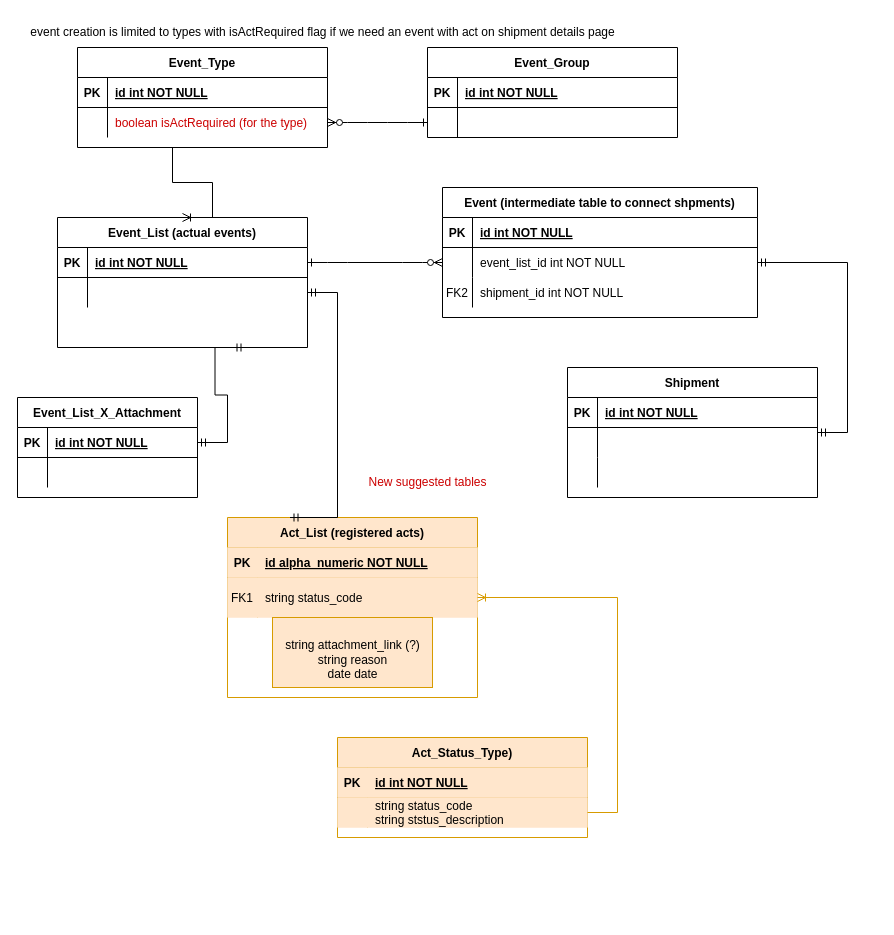
Earlier version of the draw.io diagram Untitled Diagram.drawio (vapon/diagramSamples2). Source tidied: cells renumbered, new cells numbered last; positions are measured from the earlier drawing's top-left corner, leaving out a move shared by most shapes. Both pictures are drawn from the tidied source at 100%, with x=0, y=0 at pixel (17, 17).
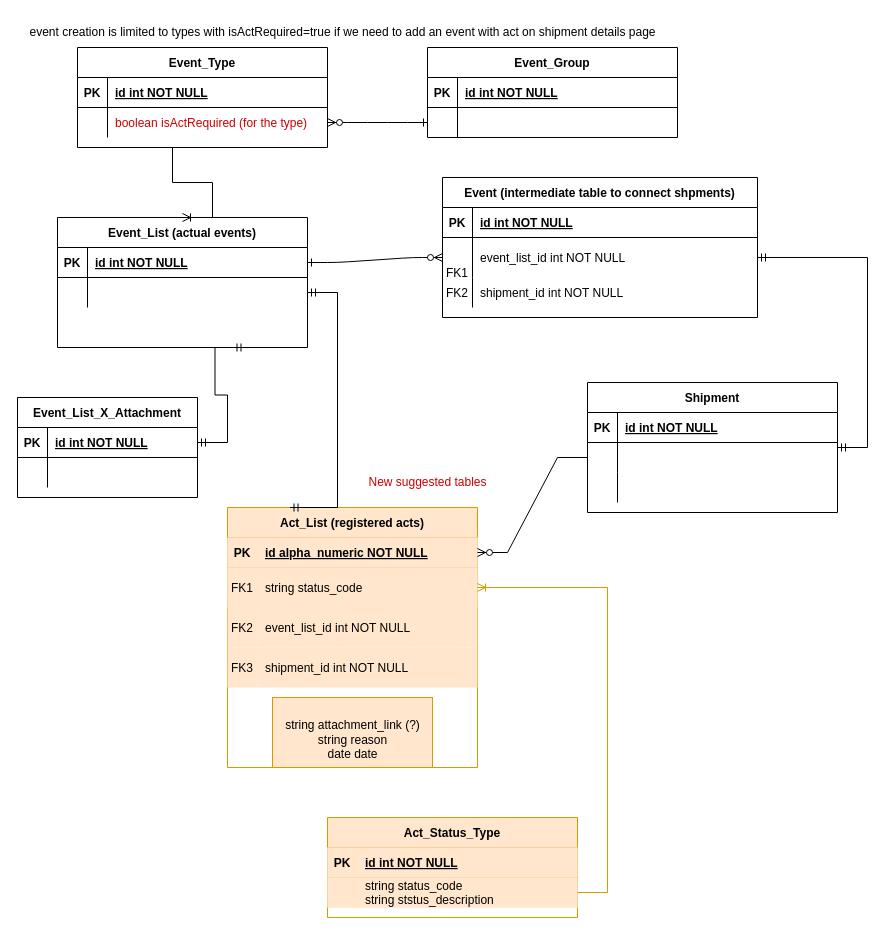
The same diagram, later.

Unchanged cells that the change refers to:
```xml
<mxCell id="17" style="shape=partialRectangle;fillColor=none;points=[[0,0.5],[1,0.5]];portConstraint=eastwest;top=0;left=0;right=0;bottom=0;" parent="13" vertex="1">
  <mxGeometry y="60" width="250" height="30" as="geometry" />
</mxCell>
<mxCell id="56" style="shape=partialRectangle;fillColor=#ffe6cc;points=[[0,0.5],[1,0.5]];portConstraint=eastwest;top=0;left=0;right=0;bottom=1;strokeColor=#d79b00;" parent="55" vertex="1">
  <mxGeometry y="30" width="250" height="30" as="geometry" />
</mxCell>
```

The edit, as a diff of the source:
```diff
@@
     <mxCell id="3" value="Event (intermediate table to connect shpments)" style="shape=table;startSize=30;childLayout=tableLayout;rowLines=0;fontStyle=1;align=center;" parent="1" vertex="1">
-      <mxGeometry x="425" y="170" width="315" height="130" as="geometry" />
+      <mxGeometry x="425" y="160" width="315" height="140" as="geometry" />
     </mxCell>
@@
     <mxCell id="7" style="shape=partialRectangle;fillColor=none;points=[[0,0.5],[1,0.5]];portConstraint=eastwest;top=0;left=0;right=0;bottom=0;" parent="3" vertex="1">
-      <mxGeometry y="60" width="315" height="30" as="geometry" />
+      <mxGeometry y="60" width="315" height="40" as="geometry" />
     </mxCell>
     <mxCell id="8" style="shape=partialRectangle;overflow=hidden;fillColor=none;top=0;left=0;bottom=0;right=0;" parent="7" vertex="1">
-      <mxGeometry width="30" height="30" as="geometry" />
+      <mxGeometry width="30" height="40" as="geometry" />
     </mxCell>
     <mxCell id="9" value="event_list_id int NOT NULL" style="shape=partialRectangle;overflow=hidden;fillColor=none;top=0;left=0;bottom=0;right=0;align=left;spacingLeft=6;" parent="7" vertex="1">
-      <mxGeometry x="30" width="285" height="30" as="geometry" />
+      <mxGeometry x="30" width="285" height="40" as="geometry" />
     </mxCell>
     <mxCell id="10" style="shape=partialRectangle;fillColor=none;top=0;left=0;right=0;bottom=0;" parent="3" vertex="1">
-      <mxGeometry y="90" width="315" height="30" as="geometry" />
+      <mxGeometry y="100" width="315" height="30" as="geometry" />
     </mxCell>
@@
     <mxCell id="13" value="Shipment" style="shape=table;startSize=30;childLayout=tableLayout;rowLines=0;fontStyle=1;align=center;" parent="1" vertex="1">
-      <mxGeometry x="550" y="350" width="250" height="130" as="geometry" />
+      <mxGeometry x="570" y="365" width="250" height="130" as="geometry" />
     </mxCell>
@@
     <mxCell id="55" value="Act_List (registered acts)" style="shape=table;startSize=30;childLayout=tableLayout;rowLines=0;fontStyle=1;align=center;fillColor=#ffe6cc;strokeColor=#d79b00;" parent="1" vertex="1">
-      <mxGeometry x="210" y="500" width="250" height="180" as="geometry" />
+      <mxGeometry x="210" y="490" width="250" height="260" as="geometry" />
     </mxCell>
@@
-    <mxCell id="63" value="Act_Status_Type)" style="shape=table;startSize=30;childLayout=tableLayout;rowLines=0;fontStyle=1;align=center;fillColor=#ffe6cc;strokeColor=#d79b00;" parent="1" vertex="1">
-      <mxGeometry x="320" y="720" width="250" height="100" as="geometry" />
+    <mxCell id="63" value="Act_Status_Type" style="shape=table;startSize=30;childLayout=tableLayout;rowLines=0;fontStyle=1;align=center;fillColor=#ffe6cc;strokeColor=#d79b00;" parent="1" vertex="1">
+      <mxGeometry x="310" y="800" width="250" height="100" as="geometry" />
     </mxCell>
@@
     <mxCell id="71" value="&lt;br style=&quot;border-color: var(--border-color); padding: 0px; margin: 0px; text-align: left;&quot;&gt;&lt;span style=&quot;text-align: left;&quot;&gt;string attachment_link (?)&lt;/span&gt;&lt;br style=&quot;border-color: var(--border-color); padding: 0px; margin: 0px; text-align: left;&quot;&gt;&lt;span style=&quot;text-align: left;&quot;&gt;string reason&lt;/span&gt;&lt;br style=&quot;border-color: var(--border-color); padding: 0px; margin: 0px; text-align: left;&quot;&gt;&lt;span style=&quot;text-align: left;&quot;&gt;date date&lt;/span&gt;" style="text;html=1;align=center;verticalAlign=middle;strokeColor=#d79b00;fillColor=#ffe6cc;" parent="1" vertex="1">
-      <mxGeometry x="255" y="600" width="160" height="70" as="geometry" />
+      <mxGeometry x="255" y="680" width="160" height="70" as="geometry" />
     </mxCell>
-    <mxCell id="72" value="event creation is limited to types with isActRequired flag if we need an event with act on shipment details page" style="text;html=1;align=center;verticalAlign=middle;strokeColor=none;fillColor=none;" parent="1" vertex="1">
-      <mxGeometry width="610" height="30" as="geometry" />
+    <mxCell id="72" value="event creation is limited to types with isActRequired=true if we need to add an event with act on shipment details page" style="text;html=1;align=center;verticalAlign=middle;strokeColor=none;fillColor=none;" parent="1" vertex="1">
+      <mxGeometry width="650" height="30" as="geometry" />
     </mxCell>
@@
+    <mxCell id="74" style="edgeStyle=entityRelationEdgeStyle;fontSize=12;html=1;endArrow=ERzeroToMany;endFill=1;rounded=0;exitX=0;exitY=0.5;exitDx=0;exitDy=0;entryX=1;entryY=0.5;entryDx=0;entryDy=0;" parent="1" edge="1" source="17" target="56">
+      <mxGeometry relative="1" as="geometry">
+        <Array as="points">
+          <mxPoint x="640" y="410" />
+          <mxPoint x="590" y="490" />
+        </Array>
+      </mxGeometry>
+    </mxCell>
+    <mxCell id="75" value="FK1" style="shape=partialRectangle;overflow=hidden;fillColor=none;top=0;left=0;bottom=0;right=0;" parent="1" vertex="1">
+      <mxGeometry x="425" y="240" width="30" height="30" as="geometry" />
+    </mxCell>
+    <mxCell id="76" value="event_list_id int NOT NULL" style="shape=partialRectangle;overflow=hidden;fillColor=#ffe6cc;top=0;left=0;bottom=0;right=0;align=left;spacingLeft=6;strokeColor=#d79b00;" parent="1" vertex="1">
+      <mxGeometry x="240" y="590" width="220" height="40" as="geometry" />
+    </mxCell>
+    <mxCell id="77" value="FK2" style="shape=partialRectangle;overflow=hidden;fillColor=#ffe6cc;top=0;left=0;bottom=0;right=0;strokeColor=#d79b00;" parent="1" vertex="1">
+      <mxGeometry x="210" y="590" width="30" height="40" as="geometry" />
+    </mxCell>
+    <mxCell id="78" value="FK3" style="shape=partialRectangle;overflow=hidden;fillColor=#ffe6cc;top=0;left=0;bottom=0;right=0;strokeColor=#d79b00;" parent="1" vertex="1">
+      <mxGeometry x="210" y="630" width="30" height="40" as="geometry" />
+    </mxCell>
+    <mxCell id="79" value="shipment_id int NOT NULL" style="shape=partialRectangle;overflow=hidden;fillColor=#ffe6cc;top=0;left=0;bottom=0;right=0;align=left;spacingLeft=6;strokeColor=#d79b00;" parent="1" vertex="1">
+      <mxGeometry x="240" y="630" width="220" height="40" as="geometry" />
+    </mxCell>
```
